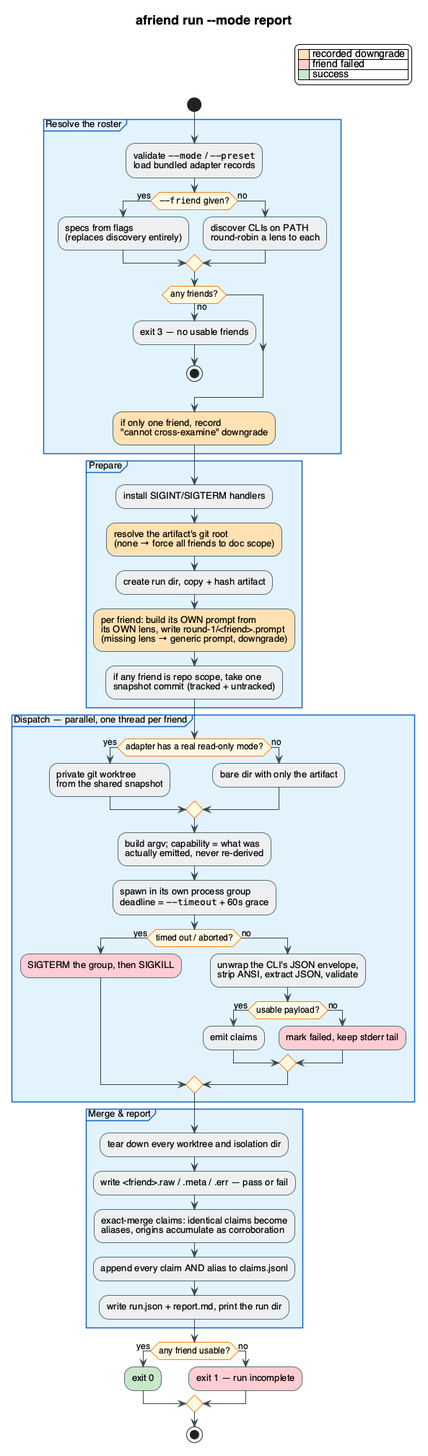
Above: docs/architecture/run-flow.png in livingstaccato/adversarial-friends (PlantUML), before the change.
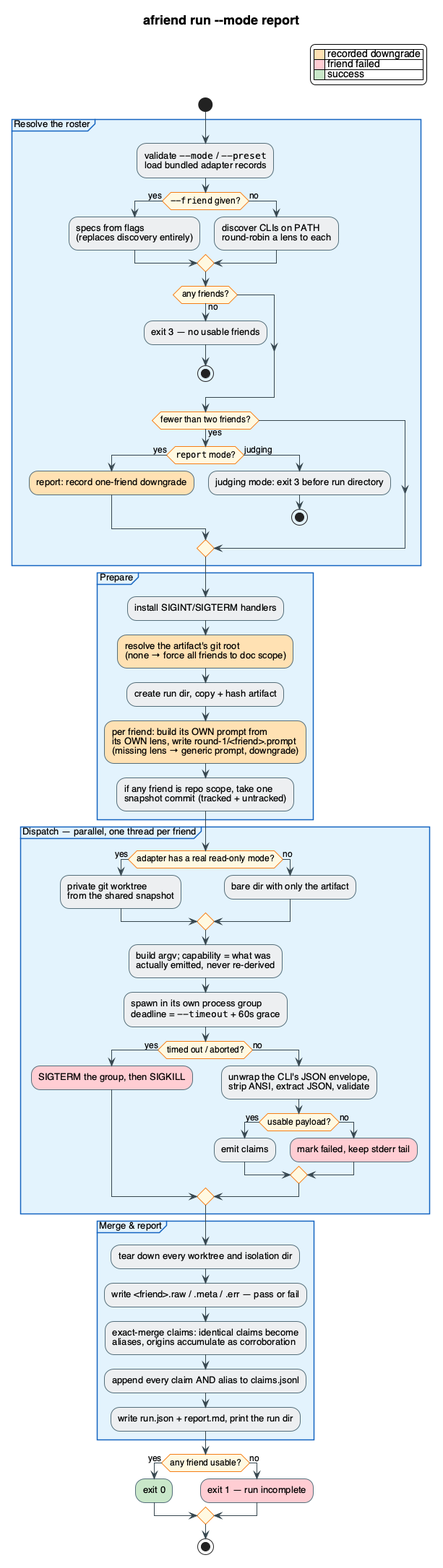
The same diagram one commit later.

The edit, as a diff of the source:
```diff
@@ -37,7 +37,14 @@
     :exit 3 — no usable friends;
     stop
   endif
-  :if only one friend, record\n"cannot cross-examine" downgrade;<<#FFE0B2>>
+  if (fewer than two friends?) then (yes)
+    if (""report"" mode?) then (yes)
+      :report: record one-friend downgrade;<<#FFE0B2>>
+    else (judging)
+      :judging mode: exit 3 before run directory;
+      stop
+    endif
+  endif
 }
 
 partition "Prepare" {
```
